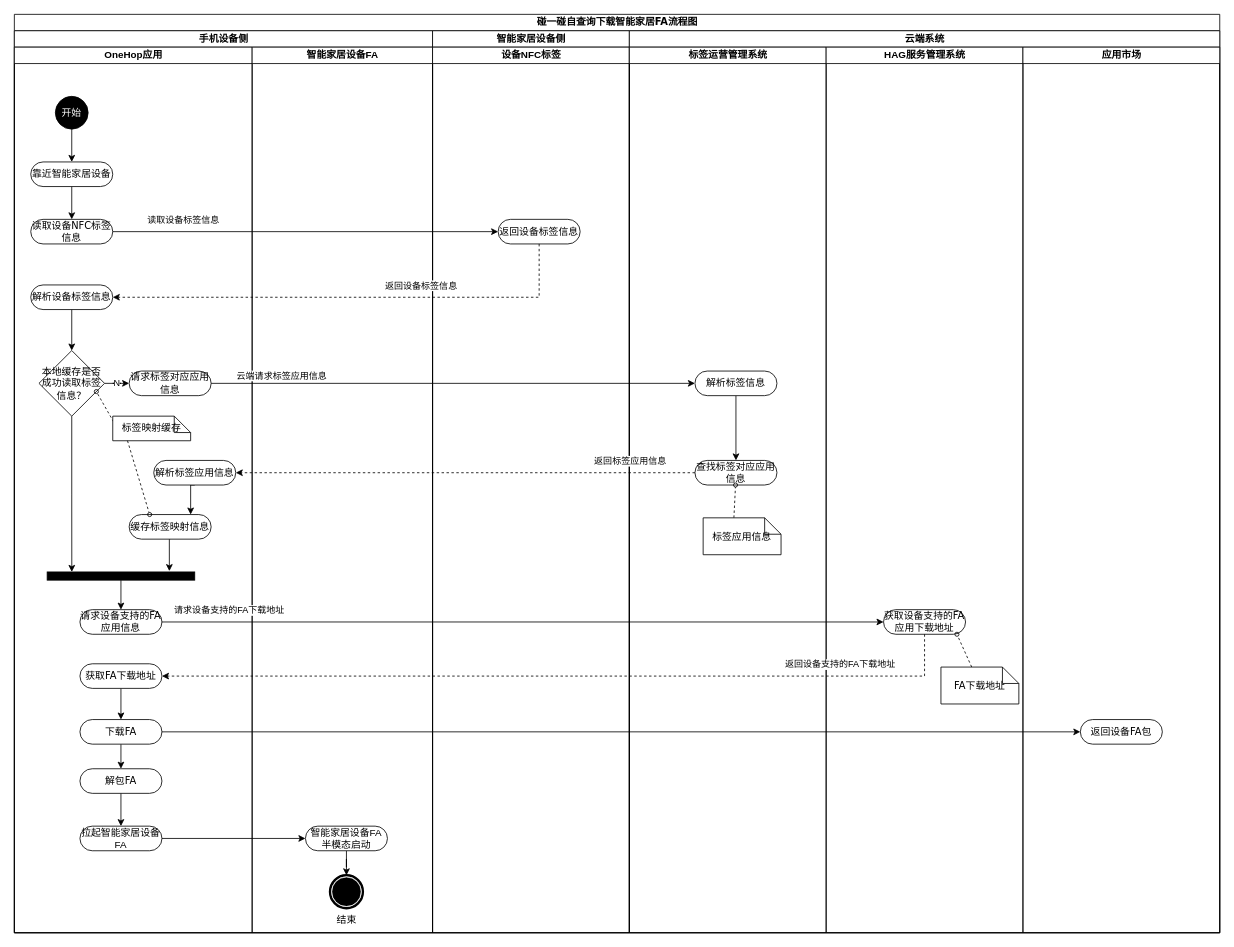
Before: draw/一种IOT设备应用多平台的分发方法.drawio in befairyliu/draw.io, a draw.io diagram. Source tidied: cells renumbered, new cells numbered last; positions are measured from the earlier drawing's top-left corner, leaving out a move shared by most shapes. Both pictures are drawn from the tidied source at 82%, with x=0, y=0 at pixel (14, 14).
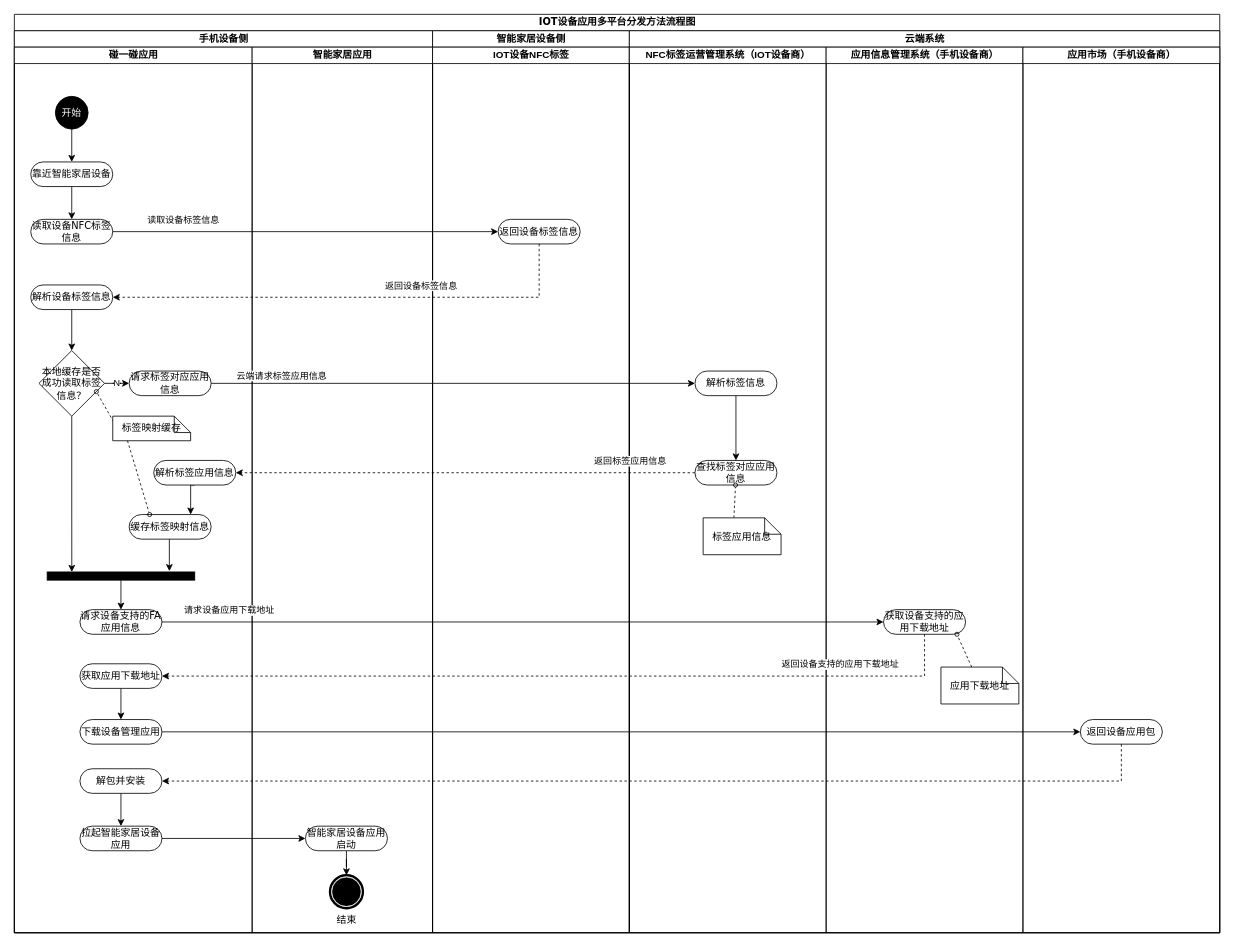
Above is the later version.

Commit message (it also covers changes not shown here):
Update 一种IOT设备应用多平台的分发方法.drawio

Unchanged cells that the change refers to:
```xml
<mxCell id="3" value="手机设备侧" style="swimlane;html=1;startSize=20;" parent="2" vertex="1">
  <mxGeometry y="20" width="510" height="1100" as="geometry" />
</mxCell>
<mxCell id="38" value="智能家居设备侧" style="swimlane;html=1;startSize=20;" parent="2" vertex="1">
  <mxGeometry x="510" y="20" width="240" height="1100" as="geometry" />
</mxCell>
<mxCell id="47" value="云端系统" style="swimlane;html=1;startSize=20;" parent="2" vertex="1">
  <mxGeometry x="750" y="20" width="720" height="1100" as="geometry" />
</mxCell>
<mxCell id="62" style="edgeStyle=orthogonalEdgeStyle;rounded=0;jettySize=auto;html=1;exitX=1;exitY=0.5;exitDx=0;exitDy=0;entryX=0;entryY=0.5;entryDx=0;entryDy=0;" parent="2" edge="1" source="16" target="55">
  <mxGeometry relative="1" as="geometry" />
</mxCell>
<mxCell id="64" style="edgeStyle=orthogonalEdgeStyle;rounded=0;jettySize=auto;html=1;exitX=0.5;exitY=1;exitDx=0;exitDy=0;entryX=1;entryY=0.5;entryDx=0;entryDy=0;dashed=1;" parent="2" edge="1" source="55" target="18">
  <mxGeometry relative="1" as="geometry" />
</mxCell>
```

Diff of the diagram source:
```diff
@@
-    <mxCell id="2" value="碰一碰自查询下载智能家居FA流程图" style="swimlane;html=1;startSize=20;rounded=0;shadow=0;comic=0;labelBackgroundColor=none;strokeWidth=1;fontFamily=Verdana;fontSize=12;align=center;" parent="1" vertex="1">
+    <mxCell id="2" value="IOT设备应用多平台分发方法流程图" style="swimlane;html=1;startSize=20;rounded=0;shadow=0;comic=0;labelBackgroundColor=none;strokeWidth=1;fontFamily=Verdana;fontSize=12;align=center;" parent="1" vertex="1">
       <mxGeometry width="1470" height="1120" as="geometry" />
     </mxCell>
@@
-    <mxCell id="4" value="OneHop应用" style="swimlane;html=1;startSize=20;" parent="3" vertex="1">
+    <mxCell id="4" value="碰一碰应用" style="swimlane;html=1;startSize=20;" parent="3" vertex="1">
       <mxGeometry y="20" width="290" height="1080" as="geometry" />
     </mxCell>
@@
-    <mxCell id="18" value="获取FA下载地址" style="rounded=1;whiteSpace=wrap;html=1;shadow=0;comic=0;labelBackgroundColor=none;strokeWidth=1;fontFamily=Verdana;fontSize=12;align=center;arcSize=50;" parent="4" vertex="1">
+    <mxCell id="18" value="获取应用下载地址" style="rounded=1;whiteSpace=wrap;html=1;shadow=0;comic=0;labelBackgroundColor=none;strokeWidth=1;fontFamily=Verdana;fontSize=12;align=center;arcSize=50;" parent="4" vertex="1">
       <mxGeometry x="80" y="752" width="100" height="30" as="geometry" />
     </mxCell>
-    <mxCell id="19" style="edgeStyle=orthogonalEdgeStyle;rounded=0;jettySize=auto;html=1;exitX=0.5;exitY=1;exitDx=0;exitDy=0;entryX=0.5;entryY=0;entryDx=0;entryDy=0;" parent="4" edge="1" source="20" target="22">
-      <mxGeometry relative="1" as="geometry" />
-    </mxCell>
-    <mxCell id="20" value="下载FA" style="rounded=1;whiteSpace=wrap;html=1;shadow=0;comic=0;labelBackgroundColor=none;strokeWidth=1;fontFamily=Verdana;fontSize=12;align=center;arcSize=50;" parent="4" vertex="1">
+    <mxCell id="20" value="下载设备管理应用" style="rounded=1;whiteSpace=wrap;html=1;shadow=0;comic=0;labelBackgroundColor=none;strokeWidth=1;fontFamily=Verdana;fontSize=12;align=center;arcSize=50;" parent="4" vertex="1">
       <mxGeometry x="80" y="820" width="100" height="30" as="geometry" />
     </mxCell>
@@
-    <mxCell id="22" value="解包FA" style="rounded=1;whiteSpace=wrap;html=1;shadow=0;comic=0;labelBackgroundColor=none;strokeWidth=1;fontFamily=Verdana;fontSize=12;align=center;arcSize=50;" parent="4" vertex="1">
+    <mxCell id="22" value="解包并安装" style="rounded=1;whiteSpace=wrap;html=1;shadow=0;comic=0;labelBackgroundColor=none;strokeWidth=1;fontFamily=Verdana;fontSize=12;align=center;arcSize=50;" parent="4" vertex="1">
       <mxGeometry x="80" y="880" width="100" height="30" as="geometry" />
     </mxCell>
-    <mxCell id="23" value="&lt;span style=&quot;font-family: helvetica;&quot;&gt;拉起智能家居设备FA&lt;/span&gt;" style="rounded=1;whiteSpace=wrap;html=1;shadow=0;comic=0;labelBackgroundColor=none;strokeWidth=1;fontFamily=Verdana;fontSize=12;align=center;arcSize=50;fontStyle=0;" parent="4" vertex="1">
+    <mxCell id="23" value="&lt;span style=&quot;font-family: &amp;#34;helvetica&amp;#34;&quot;&gt;拉起智能家居设备应用&lt;/span&gt;" style="rounded=1;whiteSpace=wrap;html=1;shadow=0;comic=0;labelBackgroundColor=none;strokeWidth=1;fontFamily=Verdana;fontSize=12;align=center;arcSize=50;fontStyle=0;" parent="4" vertex="1">
       <mxGeometry x="80" y="950" width="100" height="30" as="geometry" />
     </mxCell>
@@
-    <mxCell id="33" value="智能家居设备FA" style="swimlane;html=1;startSize=20;" parent="3" vertex="1">
+    <mxCell id="33" value="智能家居应用" style="swimlane;html=1;startSize=20;" parent="3" vertex="1">
       <mxGeometry x="290" y="20" width="220" height="1080" as="geometry" />
     </mxCell>
@@
-    <mxCell id="35" value="&lt;span style=&quot;font-family: &amp;#34;helvetica&amp;#34;&quot;&gt;智能家居设备FA半模态启动&lt;/span&gt;" style="rounded=1;whiteSpace=wrap;html=1;shadow=0;comic=0;labelBackgroundColor=none;strokeWidth=1;fontFamily=Verdana;fontSize=12;align=center;arcSize=50;fontStyle=0;" parent="33" vertex="1">
+    <mxCell id="35" value="&lt;span style=&quot;font-family: &amp;#34;helvetica&amp;#34;&quot;&gt;智能家居设备应用启动&lt;/span&gt;" style="rounded=1;whiteSpace=wrap;html=1;shadow=0;comic=0;labelBackgroundColor=none;strokeWidth=1;fontFamily=Verdana;fontSize=12;align=center;arcSize=50;fontStyle=0;" parent="33" vertex="1">
       <mxGeometry x="65" y="950" width="100" height="30" as="geometry" />
     </mxCell>
@@
-    <mxCell id="39" value="设备NFC标签" style="swimlane;html=1;startSize=20;" parent="38" vertex="1">
+    <mxCell id="39" value="IOT设备NFC标签" style="swimlane;html=1;startSize=20;" parent="38" vertex="1">
       <mxGeometry y="20" width="240" height="1080" as="geometry" />
     </mxCell>
@@
-    <mxCell id="48" value="标签运营管理系统" style="swimlane;html=1;startSize=20;" parent="47" vertex="1">
+    <mxCell id="48" value="NFC标签运营管理系统（IOT设备商）" style="swimlane;html=1;startSize=20;" parent="47" vertex="1">
       <mxGeometry y="20" width="240" height="1080" as="geometry" />
     </mxCell>
@@
-    <mxCell id="54" value="HAG服务管理系统" style="swimlane;html=1;startSize=20;" parent="47" vertex="1">
+    <mxCell id="54" value="应用信息管理系统（手机设备商）" style="swimlane;html=1;startSize=20;" parent="47" vertex="1">
       <mxGeometry x="240" y="20" width="240" height="1080" as="geometry" />
     </mxCell>
-    <mxCell id="55" value="获取设备支持的FA应用下载地址" style="rounded=1;whiteSpace=wrap;html=1;shadow=0;comic=0;labelBackgroundColor=none;strokeWidth=1;fontFamily=Verdana;fontSize=12;align=center;arcSize=50;" parent="54" vertex="1">
+    <mxCell id="55" value="获取设备支持的应用下载地址" style="rounded=1;whiteSpace=wrap;html=1;shadow=0;comic=0;labelBackgroundColor=none;strokeWidth=1;fontFamily=Verdana;fontSize=12;align=center;arcSize=50;" parent="54" vertex="1">
       <mxGeometry x="70" y="686" width="100" height="30" as="geometry" />
     </mxCell>
@@
-    <mxCell id="57" value="FA下载地址" style="shape=note;whiteSpace=wrap;html=1;rounded=0;shadow=0;comic=0;labelBackgroundColor=none;strokeWidth=1;fontFamily=Verdana;fontSize=12;align=center;size=20;" parent="54" vertex="1">
+    <mxCell id="57" value="应用下载地址" style="shape=note;whiteSpace=wrap;html=1;rounded=0;shadow=0;comic=0;labelBackgroundColor=none;strokeWidth=1;fontFamily=Verdana;fontSize=12;align=center;size=20;" parent="54" vertex="1">
       <mxGeometry x="140" y="756" width="95" height="45" as="geometry" />
     </mxCell>
-    <mxCell id="58" value="应用市场" style="swimlane;html=1;startSize=20;" parent="47" vertex="1">
+    <mxCell id="58" value="应用市场（手机设备商）" style="swimlane;html=1;startSize=20;" parent="47" vertex="1">
       <mxGeometry x="480" y="20" width="240" height="1080" as="geometry" />
     </mxCell>
-    <mxCell id="59" value="返回设备FA包" style="rounded=1;whiteSpace=wrap;html=1;shadow=0;comic=0;labelBackgroundColor=none;strokeWidth=1;fontFamily=Verdana;fontSize=12;align=center;arcSize=50;" parent="58" vertex="1">
+    <mxCell id="59" value="返回设备应用包" style="rounded=1;whiteSpace=wrap;html=1;shadow=0;comic=0;labelBackgroundColor=none;strokeWidth=1;fontFamily=Verdana;fontSize=12;align=center;arcSize=50;" parent="58" vertex="1">
       <mxGeometry x="70" y="820" width="100" height="30" as="geometry" />
     </mxCell>
@@
-    <mxCell id="63" value="请求设备支持的FA下载地址" style="edgeLabel;html=1;align=center;verticalAlign=middle;" parent="62" vertex="1">
+    <mxCell id="63" value="请求设备应用下载地址" style="edgeLabel;html=1;align=center;verticalAlign=middle;" parent="62" vertex="1">
       <mxGeometry x="-0.81" y="2" relative="1" as="geometry">
         <mxPoint x="-3" y="-13" as="offset" />
       </mxGeometry>
     </mxCell>
@@
-    <mxCell id="65" value="返回设备支持的FA下载地址" style="edgeLabel;html=1;align=center;verticalAlign=middle;" parent="64" vertex="1">
+    <mxCell id="65" value="返回设备支持的应用下载地址" style="edgeLabel;html=1;align=center;verticalAlign=middle;" parent="64" vertex="1">
       <mxGeometry x="-0.56" relative="1" as="geometry">
         <mxPoint x="61" y="-15" as="offset" />
       </mxGeometry>
     </mxCell>
@@
+    <mxCell id="67" style="edgeStyle=orthogonalEdgeStyle;rounded=0;jettySize=auto;html=1;exitX=0.5;exitY=1;exitDx=0;exitDy=0;entryX=1;entryY=0.5;entryDx=0;entryDy=0;dashed=1;" parent="2" edge="1" source="59" target="22">
+      <mxGeometry relative="1" as="geometry" />
+    </mxCell>
```
